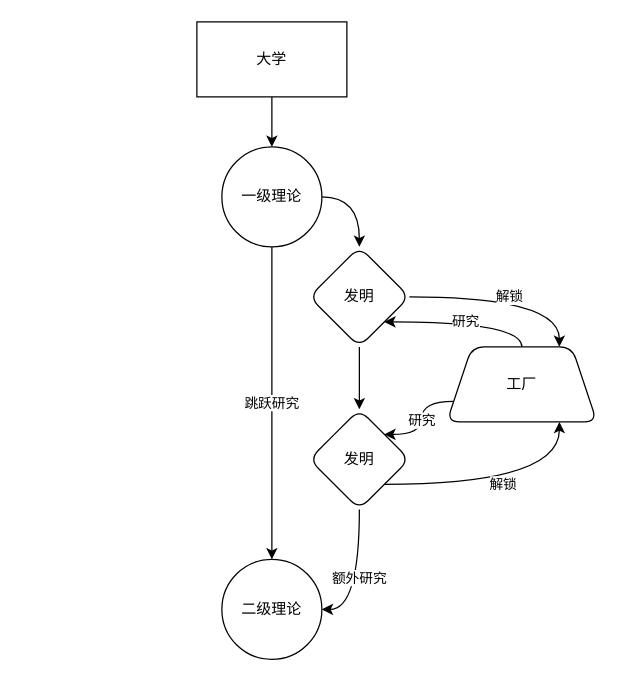
Before: 科技设定/科技设定.drawio in YFFtYHwsdj/Aurora-of-Magiscientia, a draw.io diagram. Source tidied: cells renumbered, new cells numbered last; positions are measured from the earlier drawing's top-left corner, leaving out a move shared by most shapes. Both pictures are drawn from the tidied source at 125%, with x=0, y=0 at pixel (196, 21).
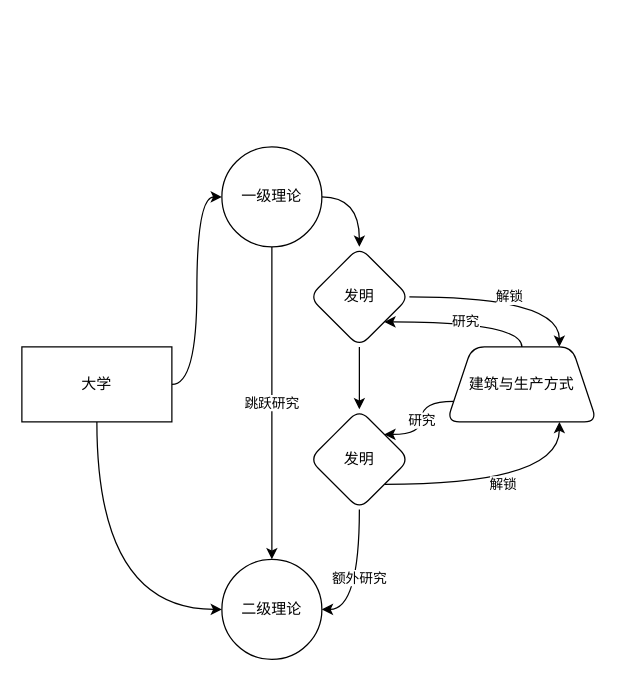
After the change.

Commit message (it also covers changes not shown here):
科技机制设想更新

What changed in the source:
```diff
@@
 <mxGraphModel>
   <root>
     <mxCell id="0" />
     <mxCell id="1" parent="0" />
     <mxCell id="2" style="edgeStyle=orthogonalEdgeStyle;curved=1;rounded=1;sketch=0;jettySize=auto;html=1;exitX=1;exitY=0.5;exitDx=0;exitDy=0;entryX=0.5;entryY=0;entryDx=0;entryDy=0;" parent="1" edge="1" source="4" target="7">
       <mxGeometry relative="1" as="geometry" />
     </mxCell>
     <mxCell id="3" value="跳跃研究" style="edgeStyle=orthogonalEdgeStyle;curved=1;rounded=1;sketch=0;jettySize=auto;html=1;exitX=0.5;exitY=1;exitDx=0;exitDy=0;" parent="1" edge="1" source="4" target="11">
       <mxGeometry relative="1" as="geometry" />
     </mxCell>
     <mxCell id="4" value="一级理论" style="ellipse;whiteSpace=wrap;html=1;rounded=1;" parent="1" vertex="1">
       <mxGeometry x="20" y="100" width="80" height="80" as="geometry" />
     </mxCell>
     <mxCell id="5" style="edgeStyle=orthogonalEdgeStyle;curved=1;rounded=1;sketch=0;jettySize=auto;html=1;exitX=0.5;exitY=1;exitDx=0;exitDy=0;entryX=0.5;entryY=0;entryDx=0;entryDy=0;" parent="1" edge="1" source="7" target="10">
       <mxGeometry relative="1" as="geometry" />
     </mxCell>
     <mxCell id="6" value="解锁" style="edgeStyle=orthogonalEdgeStyle;curved=1;rounded=1;sketch=0;jettySize=auto;html=1;exitX=1;exitY=0.5;exitDx=0;exitDy=0;entryX=0.75;entryY=0;entryDx=0;entryDy=0;" parent="1" edge="1" source="7" target="16">
       <mxGeometry relative="1" as="geometry" />
     </mxCell>
     <mxCell id="7" value="发明" style="rhombus;whiteSpace=wrap;html=1;rounded=1;" parent="1" vertex="1">
       <mxGeometry x="90" y="180" width="80" height="80" as="geometry" />
     </mxCell>
     <mxCell id="8" value="额外研究" style="edgeStyle=orthogonalEdgeStyle;curved=1;rounded=1;sketch=0;jettySize=auto;html=1;exitX=0.5;exitY=1;exitDx=0;exitDy=0;entryX=1;entryY=0.5;entryDx=0;entryDy=0;" parent="1" edge="1" source="10" target="11">
       <mxGeometry relative="1" as="geometry" />
     </mxCell>
     <mxCell id="9" value="解锁" style="edgeStyle=orthogonalEdgeStyle;curved=1;rounded=1;sketch=0;jettySize=auto;html=1;exitX=1;exitY=1;exitDx=0;exitDy=0;entryX=0.75;entryY=1;entryDx=0;entryDy=0;" parent="1" edge="1" source="10" target="16">
       <mxGeometry relative="1" as="geometry" />
     </mxCell>
     <mxCell id="10" value="发明" style="rhombus;whiteSpace=wrap;html=1;rounded=1;sketch=0;" parent="1" vertex="1">
       <mxGeometry x="90" y="310" width="80" height="80" as="geometry" />
     </mxCell>
     <mxCell id="11" value="二级理论" style="ellipse;whiteSpace=wrap;html=1;rounded=1;sketch=0;" parent="1" vertex="1">
       <mxGeometry x="20" y="430" width="80" height="80" as="geometry" />
     </mxCell>
-    <mxCell id="12" style="edgeStyle=orthogonalEdgeStyle;curved=1;rounded=1;sketch=0;jettySize=auto;html=1;exitX=0.5;exitY=1;exitDx=0;exitDy=0;" parent="1" edge="1" source="13" target="4">
+    <mxCell id="12" style="edgeStyle=orthogonalEdgeStyle;curved=1;rounded=1;sketch=0;jettySize=auto;html=1;exitX=1;exitY=0.5;exitDx=0;exitDy=0;entryX=0;entryY=0.5;entryDx=0;entryDy=0;" parent="1" edge="1" source="13" target="4">
       <mxGeometry relative="1" as="geometry" />
     </mxCell>
+    <mxCell id="17" style="edgeStyle=orthogonalEdgeStyle;rounded=0;jettySize=auto;html=1;exitX=0.5;exitY=1;exitDx=0;exitDy=0;entryX=0;entryY=0.5;entryDx=0;entryDy=0;curved=1;" parent="1" edge="1" source="13" target="11">
+      <mxGeometry relative="1" as="geometry" />
+    </mxCell>
     <mxCell id="13" value="大学" style="rounded=0;whiteSpace=wrap;html=1;sketch=0;" parent="1" vertex="1">
-      <mxGeometry width="120" height="60" as="geometry" />
+      <mxGeometry x="-140" y="260" width="120" height="60" as="geometry" />
     </mxCell>
     <mxCell id="14" value="研究" style="edgeStyle=orthogonalEdgeStyle;curved=1;rounded=1;sketch=0;jettySize=auto;html=1;exitX=0.5;exitY=0;exitDx=0;exitDy=0;entryX=1;entryY=1;entryDx=0;entryDy=0;" parent="1" edge="1" source="16" target="7">
       <mxGeometry relative="1" as="geometry" />
     </mxCell>
     <mxCell id="15" value="研究" style="edgeStyle=orthogonalEdgeStyle;curved=1;rounded=1;sketch=0;jettySize=auto;html=1;exitX=0;exitY=0.75;exitDx=0;exitDy=0;entryX=1;entryY=0;entryDx=0;entryDy=0;" parent="1" edge="1" source="16" target="10">
       <mxGeometry relative="1" as="geometry" />
     </mxCell>
-    <mxCell id="16" value="工厂" style="shape=trapezoid;perimeter=trapezoidPerimeter;whiteSpace=wrap;html=1;fixedSize=1;rounded=1;sketch=0;" parent="1" vertex="1">
+    <mxCell id="16" value="建筑与生产方式" style="shape=trapezoid;perimeter=trapezoidPerimeter;whiteSpace=wrap;html=1;fixedSize=1;rounded=1;sketch=0;" parent="1" vertex="1">
       <mxGeometry x="200" y="260" width="120" height="60" as="geometry" />
     </mxCell>
   </root>
 </mxGraphModel>
```
